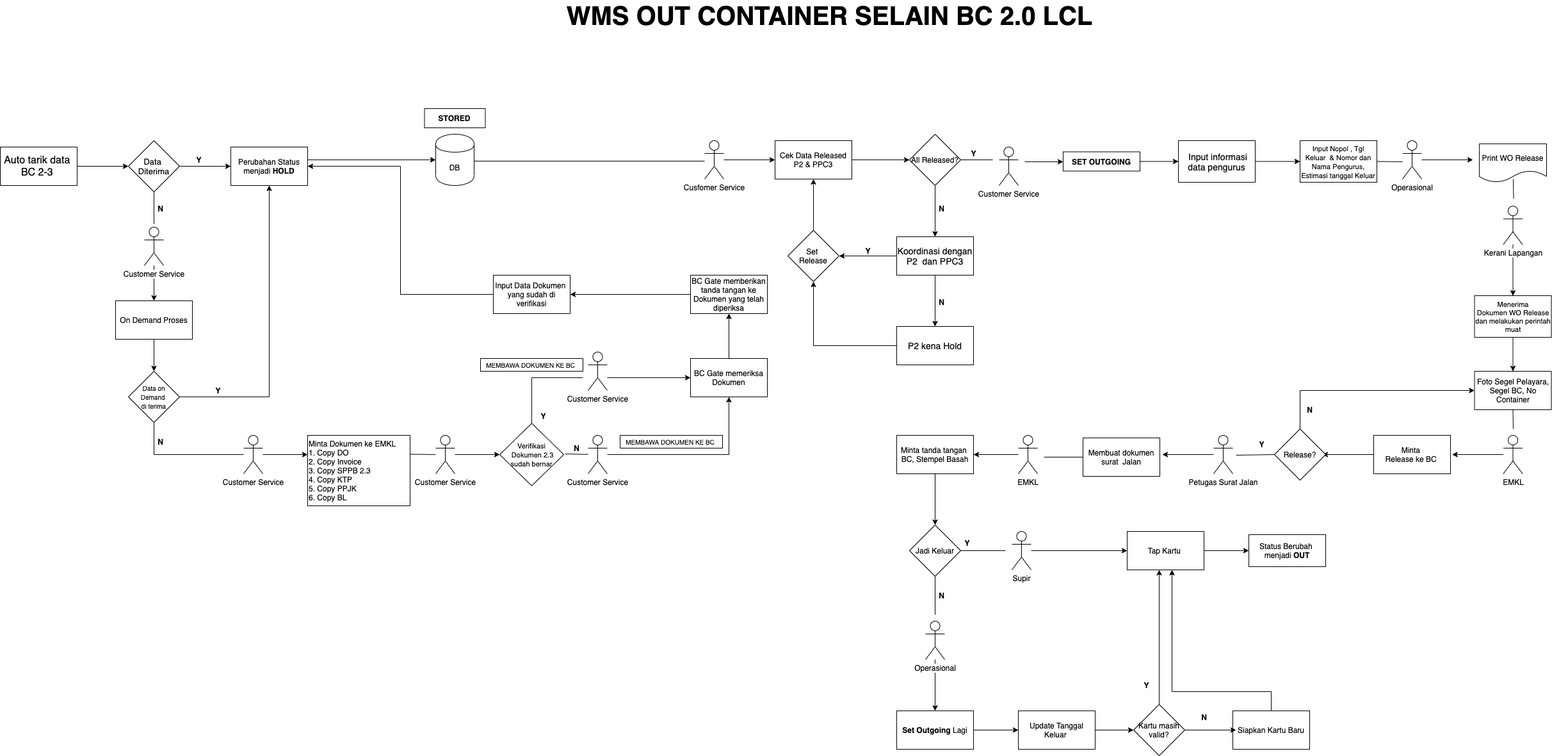
Before: img/lcl23.png, a diagram exported from draw.io (sftmm/User-Manual). Source tidied: cells renumbered, new cells last; positions are measured from the earlier drawing's top-left corner, leaving out a move shared by most shapes.
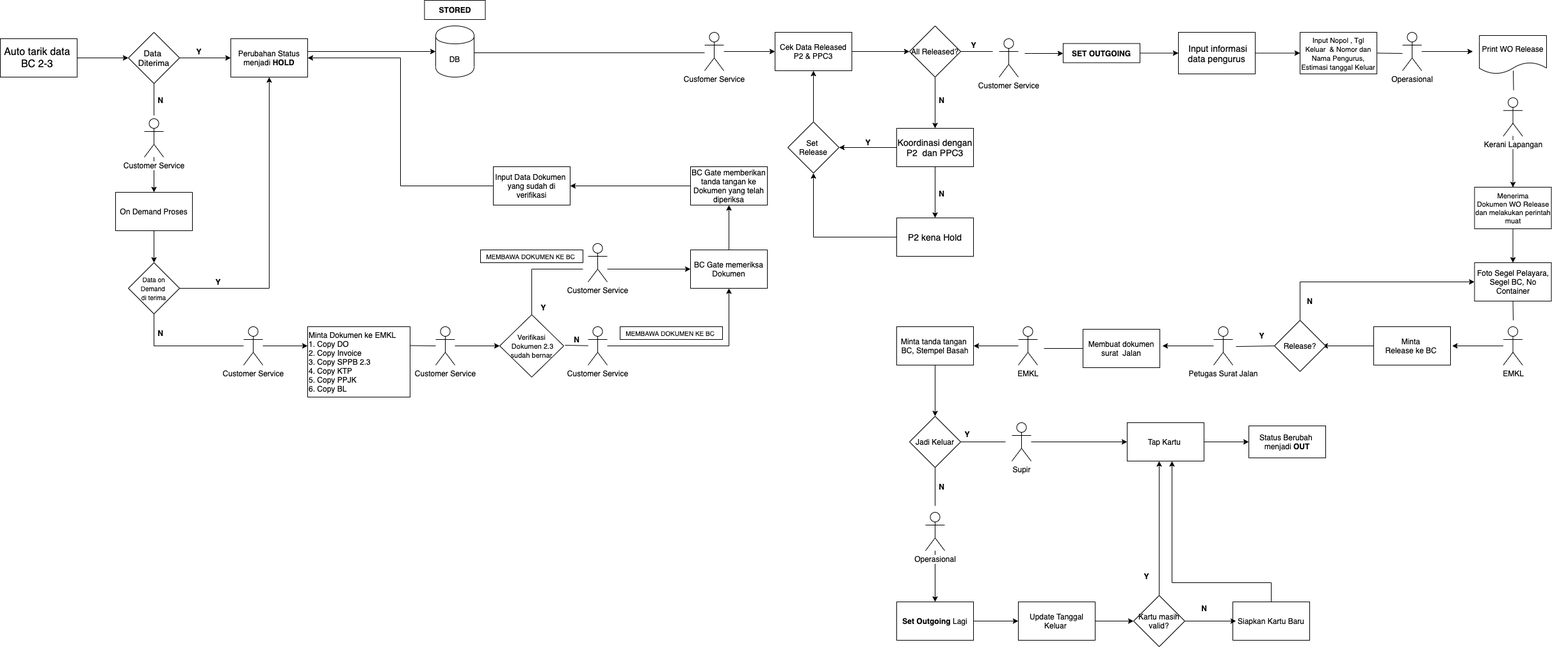
After the change.

What changed in the source:
```diff
@@ -309,9 +309,6 @@
     <mxCell id="82" value="Supir" style="shape=umlActor;verticalLabelPosition=bottom;labelBackgroundColor=#ffffff;verticalAlign=top;html=1;outlineConnect=0;" parent="1" vertex="1">
       <mxGeometry x="1580" y="825" width="30" height="60" as="geometry" />
     </mxCell>
-    <mxCell id="83" value="&lt;b&gt;&lt;font style=&quot;font-size: 40px&quot;&gt;WMS OUT CONTAINER SELAIN BC 2.0 LCL&lt;/font&gt;&lt;/b&gt;" style="text;html=1;align=center;verticalAlign=middle;fontSize=23;" parent="1" vertex="1">
-      <mxGeometry x="875" width="840" height="40" as="geometry" />
-    </mxCell>
     <mxCell id="84" style="edgeStyle=orthogonalEdgeStyle;rounded=0;jettySize=auto;html=1;" parent="1" edge="1" source="85" target="43">
       <mxGeometry relative="1" as="geometry" />
     </mxCell>
```
